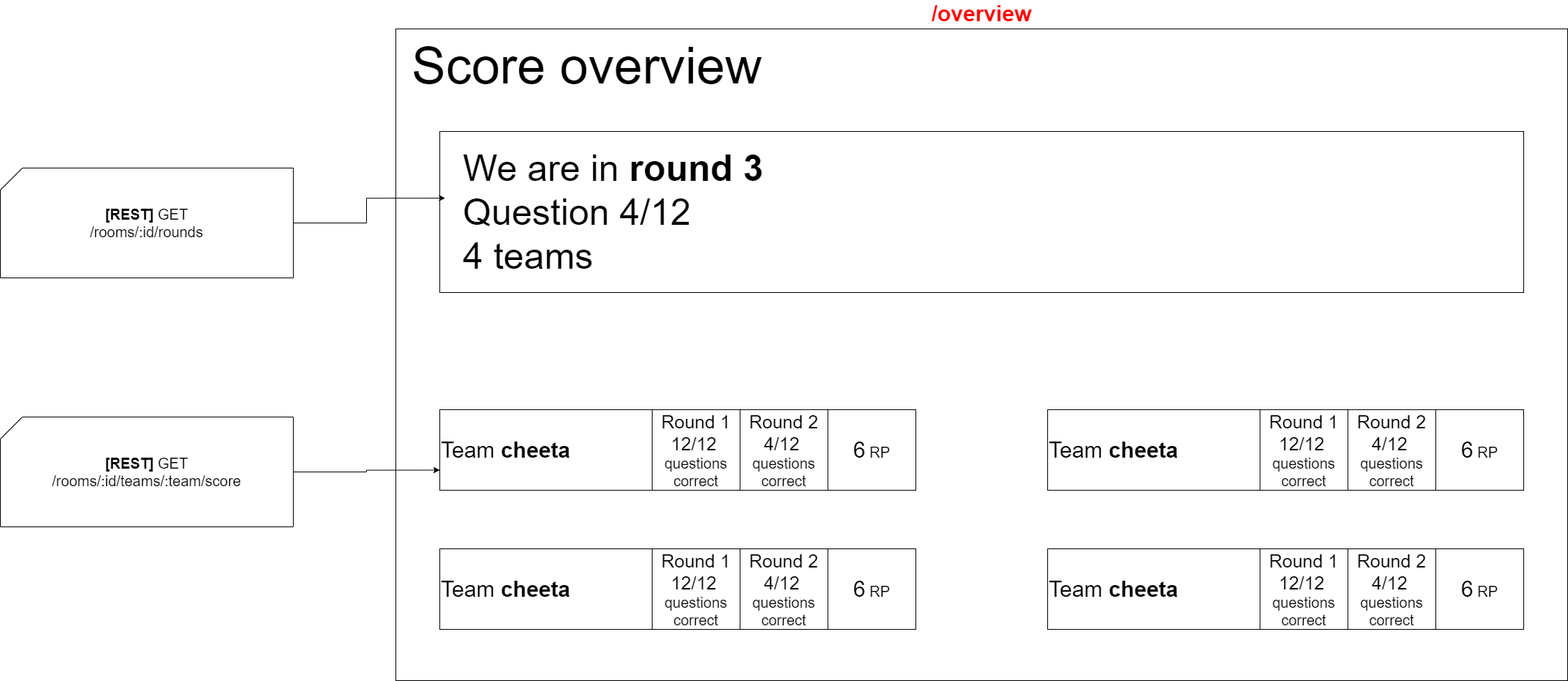
Above: docs/wireframes-with-interactions/scoreboard-overview.png in IkBenDeSjaak/Quizzer (draw.io), before the change. Source tidied: cells renumbered, new cells last; positions are measured from the earlier drawing's top-left corner, leaving out a move shared by most shapes. Its diagram source:
```xml
<mxGraphModel>
  <root>
    <mxCell id="0" />
    <mxCell id="1" parent="0" />
    <mxCell id="2" value="/overview" style="rounded=0;whiteSpace=wrap;html=1;fontStyle=1;fontSize=30;labelPosition=center;verticalLabelPosition=top;align=center;verticalAlign=bottom;fontColor=#FF0000;" parent="1" vertex="1">
      <mxGeometry x="540" width="1600" height="890" as="geometry" />
    </mxCell>
    <mxCell id="3" value="&lt;font style=&quot;font-size: 70px&quot;&gt;Score overview&lt;/font&gt;" style="text;html=1;align=left;verticalAlign=middle;" parent="1" vertex="1">
      <mxGeometry x="560" y="30" width="490" height="40" as="geometry" />
    </mxCell>
    <mxCell id="4" value="&lt;font style=&quot;font-size: 30px&quot;&gt;Team &lt;b&gt;cheeta&lt;/b&gt;&lt;/font&gt;" style="rounded=0;whiteSpace=wrap;html=1;align=left;" parent="1" vertex="1">
      <mxGeometry x="600" y="520" width="650" height="110" as="geometry" />
    </mxCell>
    <mxCell id="5" value="&lt;font style=&quot;font-size: 30px&quot;&gt;6&lt;/font&gt;&lt;font style=&quot;font-size: 20px&quot;&gt; RP&lt;/font&gt;" style="rounded=0;whiteSpace=wrap;html=1;" parent="1" vertex="1">
      <mxGeometry x="1130" y="520" width="120" height="110" as="geometry" />
    </mxCell>
    <mxCell id="6" value="&lt;font style=&quot;font-size: 25px&quot;&gt;Round 1&lt;br&gt;12/12&lt;/font&gt;&lt;font style=&quot;font-size: 20px&quot;&gt;&amp;nbsp;&lt;br&gt;questions correct&lt;/font&gt;" style="rounded=0;whiteSpace=wrap;html=1;" parent="1" vertex="1">
      <mxGeometry x="890" y="520" width="120" height="110" as="geometry" />
    </mxCell>
    <mxCell id="7" style="rounded=0;whiteSpace=wrap;html=1;" parent="1" vertex="1">
      <mxGeometry x="600" y="140" width="1480" height="220" as="geometry" />
    </mxCell>
    <mxCell id="8" value="&lt;font style=&quot;font-size: 50px&quot;&gt;We are in &lt;b&gt;round 3&lt;/b&gt;&lt;br&gt;Question 4/12&lt;br&gt;4 teams&lt;br&gt;&lt;/font&gt;" style="text;html=1;strokeColor=none;fillColor=none;align=left;verticalAlign=middle;whiteSpace=wrap;rounded=0;" parent="1" vertex="1">
      <mxGeometry x="630" y="140" width="490" height="220" as="geometry" />
    </mxCell>
    <mxCell id="9" value="&lt;font style=&quot;font-size: 25px&quot;&gt;Round 2&lt;br&gt;4/12&lt;/font&gt;&lt;font style=&quot;font-size: 20px&quot;&gt;&amp;nbsp;&lt;br&gt;questions correct&lt;/font&gt;" style="rounded=0;whiteSpace=wrap;html=1;" parent="1" vertex="1">
      <mxGeometry x="1010" y="520" width="120" height="110" as="geometry" />
    </mxCell>
    <mxCell id="10" value="&lt;font style=&quot;font-size: 30px&quot;&gt;Team &lt;b&gt;cheeta&lt;/b&gt;&lt;/font&gt;" style="rounded=0;whiteSpace=wrap;html=1;align=left;" parent="1" vertex="1">
      <mxGeometry x="1430" y="520" width="650" height="110" as="geometry" />
    </mxCell>
    <mxCell id="11" value="&lt;font style=&quot;font-size: 25px&quot;&gt;Round 1&lt;br&gt;12/12&lt;/font&gt;&lt;font style=&quot;font-size: 20px&quot;&gt;&amp;nbsp;&lt;br&gt;questions correct&lt;/font&gt;" style="rounded=0;whiteSpace=wrap;html=1;" parent="1" vertex="1">
      <mxGeometry x="1720" y="520" width="120" height="110" as="geometry" />
    </mxCell>
    <mxCell id="12" value="&lt;font style=&quot;font-size: 25px&quot;&gt;Round 2&lt;br&gt;4/12&lt;/font&gt;&lt;font style=&quot;font-size: 20px&quot;&gt;&amp;nbsp;&lt;br&gt;questions correct&lt;/font&gt;" style="rounded=0;whiteSpace=wrap;html=1;" parent="1" vertex="1">
      <mxGeometry x="1840" y="520" width="120" height="110" as="geometry" />
    </mxCell>
    <mxCell id="13" value="&lt;font style=&quot;font-size: 30px&quot;&gt;6&lt;/font&gt;&lt;font style=&quot;font-size: 20px&quot;&gt; RP&lt;/font&gt;" style="rounded=0;whiteSpace=wrap;html=1;" parent="1" vertex="1">
      <mxGeometry x="1960" y="520" width="120" height="110" as="geometry" />
    </mxCell>
    <mxCell id="14" value="&lt;font style=&quot;font-size: 30px&quot;&gt;Team &lt;b&gt;cheeta&lt;/b&gt;&lt;/font&gt;" style="rounded=0;whiteSpace=wrap;html=1;align=left;" parent="1" vertex="1">
      <mxGeometry x="600" y="710" width="650" height="110" as="geometry" />
    </mxCell>
    <mxCell id="15" value="&lt;font style=&quot;font-size: 30px&quot;&gt;6&lt;/font&gt;&lt;font style=&quot;font-size: 20px&quot;&gt; RP&lt;/font&gt;" style="rounded=0;whiteSpace=wrap;html=1;" parent="1" vertex="1">
      <mxGeometry x="1130" y="710" width="120" height="110" as="geometry" />
    </mxCell>
    <mxCell id="16" value="&lt;font style=&quot;font-size: 25px&quot;&gt;Round 1&lt;br&gt;12/12&lt;/font&gt;&lt;font style=&quot;font-size: 20px&quot;&gt;&amp;nbsp;&lt;br&gt;questions correct&lt;/font&gt;" style="rounded=0;whiteSpace=wrap;html=1;" parent="1" vertex="1">
      <mxGeometry x="890" y="710" width="120" height="110" as="geometry" />
    </mxCell>
    <mxCell id="17" value="&lt;font style=&quot;font-size: 25px&quot;&gt;Round 2&lt;br&gt;4/12&lt;/font&gt;&lt;font style=&quot;font-size: 20px&quot;&gt;&amp;nbsp;&lt;br&gt;questions correct&lt;/font&gt;" style="rounded=0;whiteSpace=wrap;html=1;" parent="1" vertex="1">
      <mxGeometry x="1010" y="710" width="120" height="110" as="geometry" />
    </mxCell>
    <mxCell id="18" value="&lt;font style=&quot;font-size: 30px&quot;&gt;Team &lt;b&gt;cheeta&lt;/b&gt;&lt;/font&gt;" style="rounded=0;whiteSpace=wrap;html=1;align=left;" parent="1" vertex="1">
      <mxGeometry x="1430" y="710" width="650" height="110" as="geometry" />
    </mxCell>
    <mxCell id="19" value="&lt;font style=&quot;font-size: 25px&quot;&gt;Round 1&lt;br&gt;12/12&lt;/font&gt;&lt;font style=&quot;font-size: 20px&quot;&gt;&amp;nbsp;&lt;br&gt;questions correct&lt;/font&gt;" style="rounded=0;whiteSpace=wrap;html=1;" parent="1" vertex="1">
      <mxGeometry x="1720" y="710" width="120" height="110" as="geometry" />
    </mxCell>
    <mxCell id="20" value="&lt;font style=&quot;font-size: 25px&quot;&gt;Round 2&lt;br&gt;4/12&lt;/font&gt;&lt;font style=&quot;font-size: 20px&quot;&gt;&amp;nbsp;&lt;br&gt;questions correct&lt;/font&gt;" style="rounded=0;whiteSpace=wrap;html=1;" parent="1" vertex="1">
      <mxGeometry x="1840" y="710" width="120" height="110" as="geometry" />
    </mxCell>
    <mxCell id="21" value="&lt;font style=&quot;font-size: 30px&quot;&gt;6&lt;/font&gt;&lt;font style=&quot;font-size: 20px&quot;&gt; RP&lt;/font&gt;" style="rounded=0;whiteSpace=wrap;html=1;" parent="1" vertex="1">
      <mxGeometry x="1960" y="710" width="120" height="110" as="geometry" />
    </mxCell>
    <mxCell id="22" style="edgeStyle=orthogonalEdgeStyle;rounded=0;jettySize=auto;html=1;entryX=0;entryY=0.75;entryDx=0;entryDy=0;fontSize=20;" parent="1" edge="1" source="23" target="4">
      <mxGeometry relative="1" as="geometry" />
    </mxCell>
    <mxCell id="23" value="&lt;b&gt;[REST]&lt;/b&gt;&amp;nbsp;GET&lt;br&gt;/rooms/:id/teams/:team/score" style="shape=card;whiteSpace=wrap;html=1;fontSize=20;" parent="1" vertex="1">
      <mxGeometry y="530" width="400" height="150" as="geometry" />
    </mxCell>
    <mxCell id="24" style="edgeStyle=orthogonalEdgeStyle;rounded=0;jettySize=auto;html=1;entryX=0.005;entryY=0.414;entryDx=0;entryDy=0;entryPerimeter=0;fontSize=20;" parent="1" edge="1" source="25" target="7">
      <mxGeometry relative="1" as="geometry" />
    </mxCell>
    <mxCell id="25" value="&lt;b&gt;[REST]&lt;/b&gt;&amp;nbsp;GET&lt;br&gt;/rooms/:id/rounds" style="shape=card;whiteSpace=wrap;html=1;fontSize=20;" parent="1" vertex="1">
      <mxGeometry y="190" width="400" height="150" as="geometry" />
    </mxCell>
  </root>
</mxGraphModel>
```
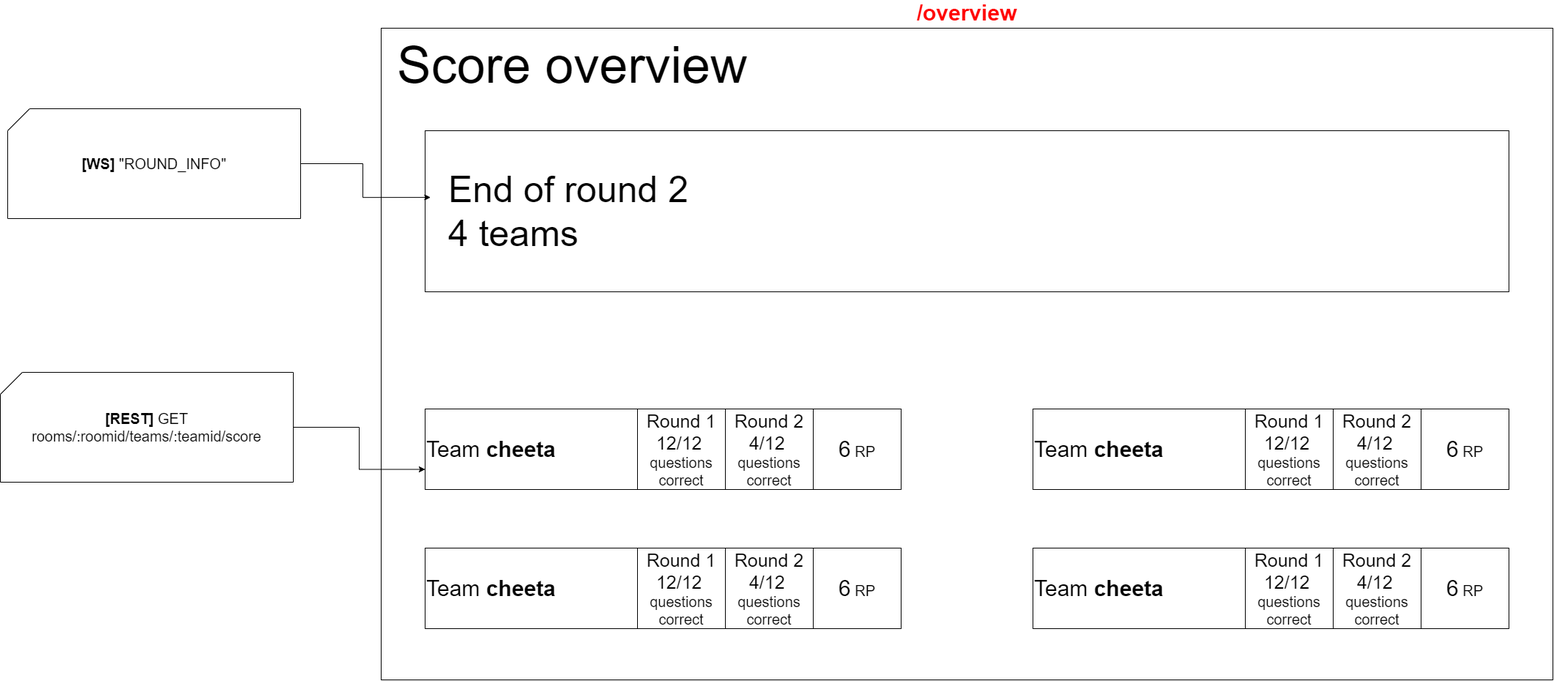
After the commit.

Diff of the diagram source:
```diff
@@ -20,7 +20,7 @@
     <mxCell id="7" style="rounded=0;whiteSpace=wrap;html=1;" parent="1" vertex="1">
       <mxGeometry x="600" y="140" width="1480" height="220" as="geometry" />
     </mxCell>
-    <mxCell id="8" value="&lt;font style=&quot;font-size: 50px&quot;&gt;We are in &lt;b&gt;round 3&lt;/b&gt;&lt;br&gt;Question 4/12&lt;br&gt;4 teams&lt;br&gt;&lt;/font&gt;" style="text;html=1;strokeColor=none;fillColor=none;align=left;verticalAlign=middle;whiteSpace=wrap;rounded=0;" parent="1" vertex="1">
+    <mxCell id="8" value="&lt;font style=&quot;font-size: 50px&quot;&gt;End of round 2&lt;br&gt;4 teams&lt;br&gt;&lt;/font&gt;" style="text;html=1;strokeColor=none;fillColor=none;align=left;verticalAlign=middle;whiteSpace=wrap;rounded=0;" parent="1" vertex="1">
       <mxGeometry x="630" y="140" width="490" height="220" as="geometry" />
     </mxCell>
     <mxCell id="9" value="&lt;font style=&quot;font-size: 25px&quot;&gt;Round 2&lt;br&gt;4/12&lt;/font&gt;&lt;font style=&quot;font-size: 20px&quot;&gt;&amp;nbsp;&lt;br&gt;questions correct&lt;/font&gt;" style="rounded=0;whiteSpace=wrap;html=1;" parent="1" vertex="1">
@@ -65,14 +65,14 @@
     <mxCell id="22" style="edgeStyle=orthogonalEdgeStyle;rounded=0;jettySize=auto;html=1;entryX=0;entryY=0.75;entryDx=0;entryDy=0;fontSize=20;" parent="1" edge="1" source="23" target="4">
       <mxGeometry relative="1" as="geometry" />
     </mxCell>
-    <mxCell id="23" value="&lt;b&gt;[REST]&lt;/b&gt;&amp;nbsp;GET&lt;br&gt;/rooms/:id/teams/:team/score" style="shape=card;whiteSpace=wrap;html=1;fontSize=20;" parent="1" vertex="1">
-      <mxGeometry y="530" width="400" height="150" as="geometry" />
+    <mxCell id="23" value="&lt;b&gt;[REST]&lt;/b&gt;&amp;nbsp;GET&lt;br&gt;rooms/:roomid/teams/:teamid/score" style="shape=card;whiteSpace=wrap;html=1;fontSize=20;" parent="1" vertex="1">
+      <mxGeometry x="20" y="470" width="400" height="150" as="geometry" />
     </mxCell>
     <mxCell id="24" style="edgeStyle=orthogonalEdgeStyle;rounded=0;jettySize=auto;html=1;entryX=0.005;entryY=0.414;entryDx=0;entryDy=0;entryPerimeter=0;fontSize=20;" parent="1" edge="1" source="25" target="7">
       <mxGeometry relative="1" as="geometry" />
     </mxCell>
-    <mxCell id="25" value="&lt;b&gt;[REST]&lt;/b&gt;&amp;nbsp;GET&lt;br&gt;/rooms/:id/rounds" style="shape=card;whiteSpace=wrap;html=1;fontSize=20;" parent="1" vertex="1">
-      <mxGeometry y="190" width="400" height="150" as="geometry" />
+    <mxCell id="25" value="&lt;b&gt;[WS]&lt;/b&gt; &quot;ROUND_INFO&quot;" style="shape=card;whiteSpace=wrap;html=1;fontSize=20;" parent="1" vertex="1">
+      <mxGeometry x="30" y="110" width="400" height="150" as="geometry" />
     </mxCell>
   </root>
 </mxGraphModel>
```
